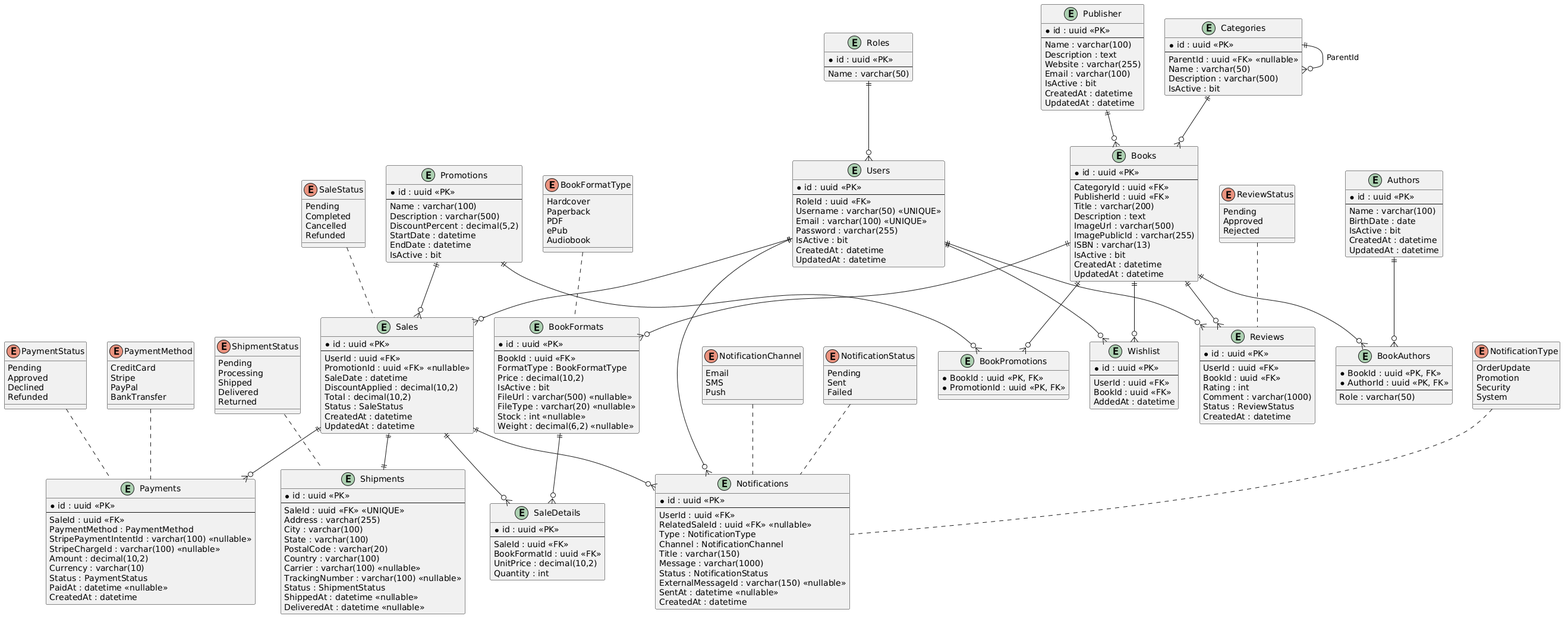
Earlier version of the PlantUML export LibraryManagement/LibraryDatabase.png (lugoz99/library-management).
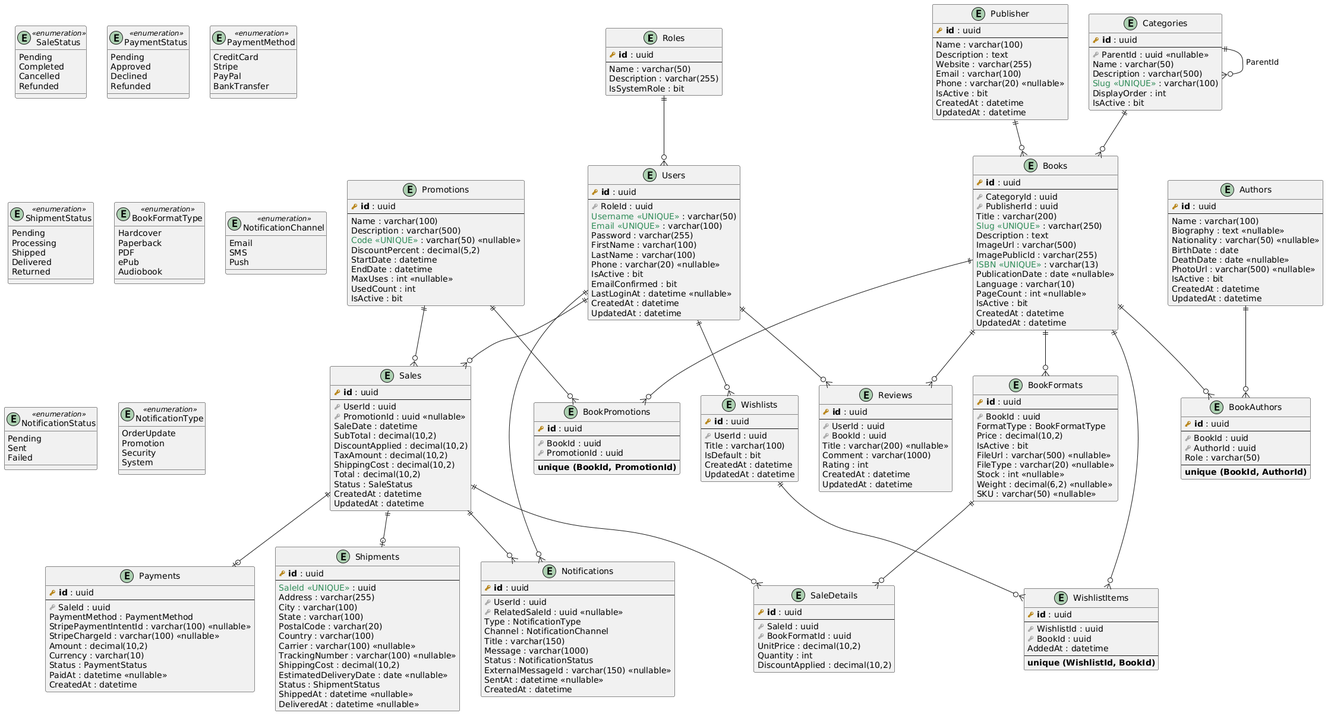
Above is the later version.

What changed in the source:
```diff
@@ -1,154 +1,104 @@
 @startuml
-enum BookFormatType {
-  Hardcover
-  Paperback
-  PDF
-  ePub
-  Audiobook
+!define primary_key(x) <b><color:#b8861b><&key></color> x</b>
+!define foreign_key(x) <color:#aaaaaa><&key></color> x
+!define unique(x) <color:#2e8b57>x «UNIQUE»</color>
+
+entity "Roles" as roles {
+  primary_key(id) : uuid
+  --
+  Name : varchar(50)
+  Description : varchar(255)
+  IsSystemRole : bit
 }
 
-enum SaleStatus {
-  Pending
-  Completed
-  Cancelled
-  Refunded
+entity "Users" as users {
+  primary_key(id) : uuid
+  --
+  foreign_key(RoleId) : uuid
+  unique(Username) : varchar(50)
+  unique(Email) : varchar(100)
+  Password : varchar(255)
+  FirstName : varchar(100)
+  LastName : varchar(100)
+  Phone : varchar(20) «nullable»
+  IsActive : bit
+  EmailConfirmed : bit
+  LastLoginAt : datetime «nullable»
+  CreatedAt : datetime
+  UpdatedAt : datetime
 }
 
-enum PaymentStatus {
-  Pending
-  Approved
-  Declined
-  Refunded
-}
-
-enum PaymentMethod {
-  CreditCard
-  Stripe
-  PayPal
-  BankTransfer
-}
-
-enum ShipmentStatus {
-  Pending
-  Processing
-  Shipped
-  Delivered
-  Returned
-}
-
-enum ReviewStatus {
-  Pending
-  Approved
-  Rejected
-}
-
-enum NotificationType {
-  OrderUpdate
-  Promotion
-  Security
-  System
-}
-
-enum NotificationChannel {
-  Email
-  SMS
-  Push
-}
-
-enum NotificationStatus {
-  Pending
-  Sent
-  Failed
-}
-
-
-
-entity "Categories" as Categories {
-  * id : uuid «PK»
+entity "Publisher" as publisher {
+  primary_key(id) : uuid
   --
-  ParentId : uuid «FK» «nullable»
-  Name : varchar(50)
-  Description : varchar(500)
-  IsActive : bit
-}
-
-entity "Books" as Books {
-  * id : uuid «PK»
-  --
-  CategoryId : uuid «FK»
-  PublisherId : uuid «FK»
-  Title : varchar(200)
+  Name : varchar(100)
   Description : text
-  ImageUrl : varchar(500)
-  ImagePublicId : varchar(255)
-  ISBN : varchar(13)
+  Website : varchar(255)
+  Email : varchar(100)
+  Phone : varchar(20) «nullable»
   IsActive : bit
   CreatedAt : datetime
   UpdatedAt : datetime
 }
 
-entity "Publisher" as Publisher {
-  * id : uuid «PK»
+entity "Categories" as categories {
+  primary_key(id) : uuid
+  --
+  foreign_key(ParentId) : uuid «nullable»
+  Name : varchar(50)
+  Description : varchar(500)
+  unique(Slug) : varchar(100)
+  DisplayOrder : int
+  IsActive : bit
+}
+
+entity "Authors" as authors {
+  primary_key(id) : uuid
   --
   Name : varchar(100)
-  Description : text
-  Website : varchar(255)
-  Email : varchar(100)
+  Biography : text «nullable»
+  Nationality : varchar(50) «nullable»
+  BirthDate : date
+  DeathDate : date «nullable»
+  PhotoUrl : varchar(500) «nullable»
   IsActive : bit
   CreatedAt : datetime
   UpdatedAt : datetime
 }
 
-entity "Roles" as Roles {
-  * id : uuid «PK»
+entity "Books" as books {
+  primary_key(id) : uuid
   --
-  Name : varchar(50)
-}
-
-entity "Users" as Users {
-  * id : uuid «PK»
-  --
-  RoleId : uuid «FK»
-  Username : varchar(50) «UNIQUE»
-  Email : varchar(100) «UNIQUE»
-  Password : varchar(255)
+  foreign_key(CategoryId) : uuid
+  foreign_key(PublisherId) : uuid
+  Title : varchar(200)
+  unique(Slug) : varchar(250)
+  Description : text
+  ImageUrl : varchar(500)
+  ImagePublicId : varchar(255)
+  unique(ISBN) : varchar(13)
+  PublicationDate : date «nullable»
+  Language : varchar(10)
+  PageCount : int «nullable»
   IsActive : bit
   CreatedAt : datetime
   UpdatedAt : datetime
 }
 
-entity "Promotions" as Promotions {
-  * id : uuid «PK»
+entity "BookAuthors" as bookauthors {
+  primary_key(id) : uuid
   --
-  Name : varchar(100)
-  Description : varchar(500)
-  DiscountPercent : decimal(5,2)
-  StartDate : datetime
-  EndDate : datetime
-  IsActive : bit
+  foreign_key(BookId) : uuid
+  foreign_key(AuthorId) : uuid
+  Role : varchar(50)
+  --
+  **unique (BookId, AuthorId)**
 }
 
-entity "Authors" as Authors {
-  * id : uuid «PK»
+entity "BookFormats" as bookformats {
+  primary_key(id) : uuid
   --
-  Name : varchar(100)
-  BirthDate : date
-  IsActive : bit
-  CreatedAt : datetime
-  UpdatedAt : datetime
-}
-
-entity "BookAuthors" as BookAuthors {
-  * BookId : uuid «PK, FK»
-  * AuthorId : uuid «PK, FK»
-  --
-  Role : varchar(50)
-}
-
-entity "BookFormats" as BookFormats {
-  * id : uuid «PK»
-  --
-  BookId : uuid «FK»
+  foreign_key(BookId) : uuid
   FormatType : BookFormatType
   Price : decimal(10,2)
   IsActive : bit
@@ -156,58 +106,62 @@
   FileType : varchar(20) «nullable»
   Stock : int «nullable»
   Weight : decimal(6,2) «nullable»
+  SKU : varchar(50) «nullable»
 }
 
-entity "BookPromotions" as BookPromotions {
-  * BookId : uuid «PK, FK»
-  * PromotionId : uuid «PK, FK»
+entity "Promotions" as promotions {
+  primary_key(id) : uuid
+  --
+  Name : varchar(100)
+  Description : varchar(500)
+  unique(Code) : varchar(50) «nullable»
+  DiscountPercent : decimal(5,2)
+  StartDate : datetime
+  EndDate : datetime
+  MaxUses : int «nullable»
+  UsedCount : int
+  IsActive : bit
 }
 
-entity "Wishlist" as Wishlist {
-  * id : uuid «PK»
+entity "BookPromotions" as bookpromotions {
+  primary_key(id) : uuid
   --
-  UserId : uuid «FK»
-  BookId : uuid «FK»
-  AddedAt : datetime
+  foreign_key(BookId) : uuid
+  foreign_key(PromotionId) : uuid
+  --
+  **unique (BookId, PromotionId)**
 }
 
-entity "Reviews" as Reviews {
-  * id : uuid «PK»
+entity "Sales" as sales {
+  primary_key(id) : uuid
   --
-  UserId : uuid «FK»
-  BookId : uuid «FK»
-  Rating : int
-  Comment : varchar(1000)
-  Status : ReviewStatus
-  CreatedAt : datetime
-}
-
-entity "Sales" as Sales {
-  * id : uuid «PK»
-  --
-  UserId : uuid «FK»
-  PromotionId : uuid «FK» «nullable»
+  foreign_key(UserId) : uuid
+  foreign_key(PromotionId) : uuid «nullable»
   SaleDate : datetime
+  SubTotal : decimal(10,2)
   DiscountApplied : decimal(10,2)
+  TaxAmount : decimal(10,2)
+  ShippingCost : decimal(10,2)
   Total : decimal(10,2)
   Status : SaleStatus
   CreatedAt : datetime
   UpdatedAt : datetime
 }
 
-entity "SaleDetails" as SaleDetails {
-  * id : uuid «PK»
+entity "SaleDetails" as saledetails {
+  primary_key(id) : uuid
   --
-  SaleId : uuid «FK»
-  BookFormatId : uuid «FK»
+  foreign_key(SaleId) : uuid
+  foreign_key(BookFormatId) : uuid
   UnitPrice : decimal(10,2)
   Quantity : int
+  DiscountApplied : decimal(10,2)
 }
 
-entity "Payments" as Payments {
-  * id : uuid «PK»
+entity "Payments" as payments {
+  primary_key(id) : uuid
   --
-  SaleId : uuid «FK»
+  foreign_key(SaleId) : uuid
   PaymentMethod : PaymentMethod
   StripePaymentIntentId : varchar(100) «nullable»
   StripeChargeId : varchar(100) «nullable»
@@ -218,10 +172,10 @@
   CreatedAt : datetime
 }
 
-entity "Shipments" as Shipments {
-  * id : uuid «PK»
+entity "Shipments" as shipments {
+  primary_key(id) : uuid
   --
-  SaleId : uuid «FK» «UNIQUE»
+  unique(SaleId) : uuid
   Address : varchar(255)
   City : varchar(100)
   State : varchar(100)
@@ -229,16 +183,50 @@
   Country : varchar(100)
   Carrier : varchar(100) «nullable»
   TrackingNumber : varchar(100) «nullable»
+  ShippingCost : decimal(10,2)
+  EstimatedDeliveryDate : date «nullable»
   Status : ShipmentStatus
   ShippedAt : datetime «nullable»
   DeliveredAt : datetime «nullable»
 }
 
-entity "Notifications" as Notifications {
-  * id : uuid «PK»
+entity "Reviews" as reviews {
+  primary_key(id) : uuid
   --
-  UserId : uuid «FK»
-  RelatedSaleId : uuid «FK» «nullable»
+  foreign_key(UserId) : uuid
+  foreign_key(BookId) : uuid
+  Title : varchar(200) «nullable»
+  Comment : varchar(1000)
+  Rating : int
+  CreatedAt : datetime
+  UpdatedAt : datetime
+}
+
+entity "Wishlists" as wishlists {
+  primary_key(id) : uuid
+  --
+  foreign_key(UserId) : uuid
+  Title : varchar(100)
+  IsDefault : bit
+  CreatedAt : datetime
+  UpdatedAt : datetime
+}
+
+entity "WishlistItems" as wishlistitems {
+  primary_key(id) : uuid
+  --
+  foreign_key(WishlistId) : uuid
+  foreign_key(BookId) : uuid
+  AddedAt : datetime
+  --
+  **unique (WishlistId, BookId)**
+}
+
+entity "Notifications" as notifications {
+  primary_key(id) : uuid
+  --
+  foreign_key(UserId) : uuid
+  foreign_key(RelatedSaleId) : uuid «nullable»
   Type : NotificationType
   Channel : NotificationChannel
   Title : varchar(150)
@@ -249,42 +237,92 @@
   CreatedAt : datetime
 }
 
-BookFormatType .. BookFormats
-ReviewStatus .. Reviews
-SaleStatus .. Sales
-PaymentStatus .. Payments
-PaymentMethod .. Payments
-ShipmentStatus .. Shipments
-NotificationType .. Notifications
-NotificationChannel .. Notifications
-NotificationStatus .. Notifications
+
+entity "SaleStatus" as salestatus <<enumeration>> {
+  Pending
+  Completed
+  Cancelled
+  Refunded
+}
+
+entity "PaymentStatus" as paymentstatus <<enumeration>> {
+  Pending
+  Approved
+  Declined
+  Refunded
+}
+
+entity "PaymentMethod" as paymentmethod <<enumeration>> {
+  CreditCard
+  Stripe
+  PayPal
+  BankTransfer
+}
+
+entity "ShipmentStatus" as shipmentstatus <<enumeration>> {
+  Pending
+  Processing
+  Shipped
+  Delivered
+  Returned
+}
+
+entity "BookFormatType" as bookformattype <<enumeration>> {
+  Hardcover
+  Paperback
+  PDF
+  ePub
+  Audiobook
+}
+
+entity "NotificationChannel" as notificationchannel <<enumeration>> {
+  Email
+  SMS
+  Push
+}
+
+entity "NotificationStatus" as notificationstatus <<enumeration>> {
+  Pending
+  Sent
+  Failed
+}
+
+entity "NotificationType" as notificationtype <<enumeration>> {
+  OrderUpdate
+  Promotion
+  Security
+  System
+}
 
 
+roles ||--o{ users
 
-Categories ||--o{ Categories : "ParentId"
+users ||--o{ sales
+users ||--o{ reviews
+users ||--o{ wishlists
+users ||--o{ notifications
 
-Categories ||--o{ Books
+publisher ||--o{ books
+categories ||--o{ books
+categories ||--o{ categories : ParentId
 
-Publisher ||--o{ Books
-Books ||--o{ BookFormats
-Books ||--o{ BookAuthors
-Authors ||--o{ BookAuthors
-Books ||--o{ BookPromotions
-Promotions ||--o{ BookPromotions
+books ||--o{ bookformats
+books ||--o{ bookauthors
+books ||--o{ bookpromotions
+books ||--o{ reviews
+books ||--o{ wishlistitems
 
-Roles ||--o{ Users
+authors ||--o{ bookauthors
 
-Users ||--o{ Wishlist
-Books ||--o{ Wishlist
-Users ||--o{ Reviews
-Books ||--o{ Reviews
+promotions ||--o{ bookpromotions
+promotions ||--o{ sales
 
-Users ||--o{ Sales
-Promotions ||--o{ Sales
-Sales ||--o{ SaleDetails
-BookFormats ||--o{ SaleDetails
-Sales ||--o{ Payments
-Sales ||--|| Shipments
-Users ||--o{ Notifications
-Sales ||--o{ Notifications
+sales ||--o{ saledetails
+sales ||--o| payments
+sales ||--o| shipments
+sales ||--o{ notifications
+
+bookformats ||--o{ saledetails
+
+wishlists ||--o{ wishlistitems
 @enduml
```
